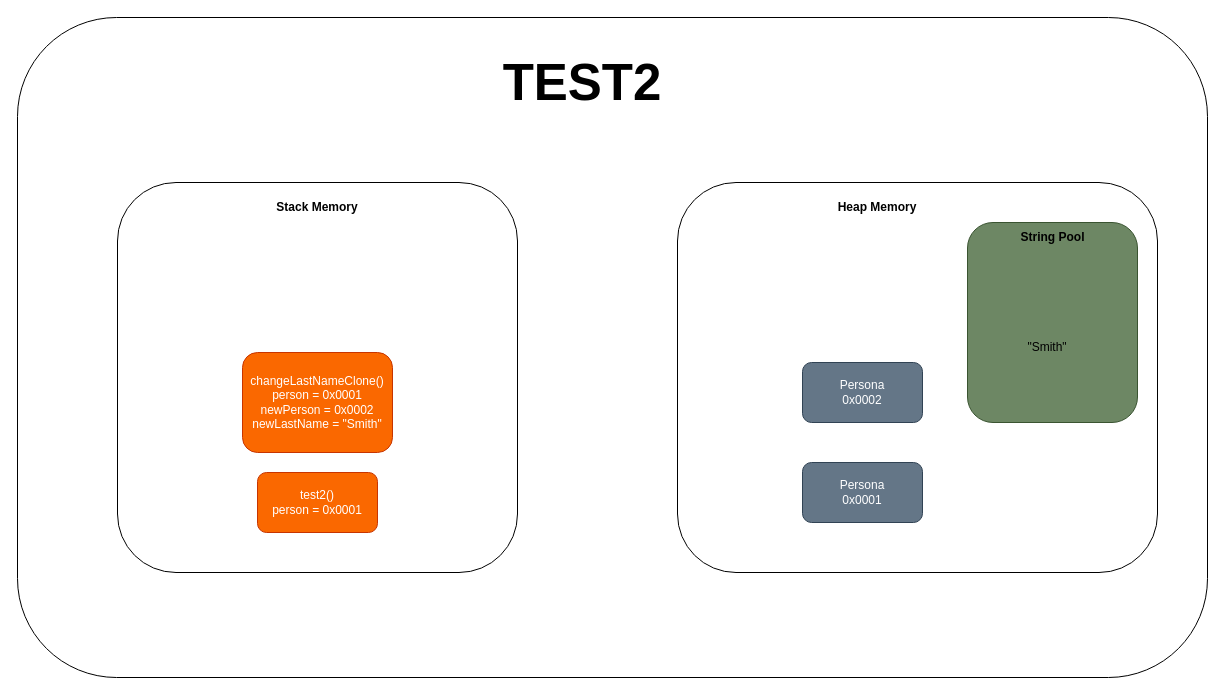
aadoac/Parameter-passing-java keeps this draw.io diagram as page "test2" (2 of 2) of docs/ParameterPassing.drawio. Above is the earlier version. Source tidied: cells renumbered, new cells numbered last; positions are measured from the earlier drawing's top-left corner, leaving out a move shared by most shapes. Both pictures are drawn from the tidied source at 100%, with x=0, y=0 at pixel (17, 17).
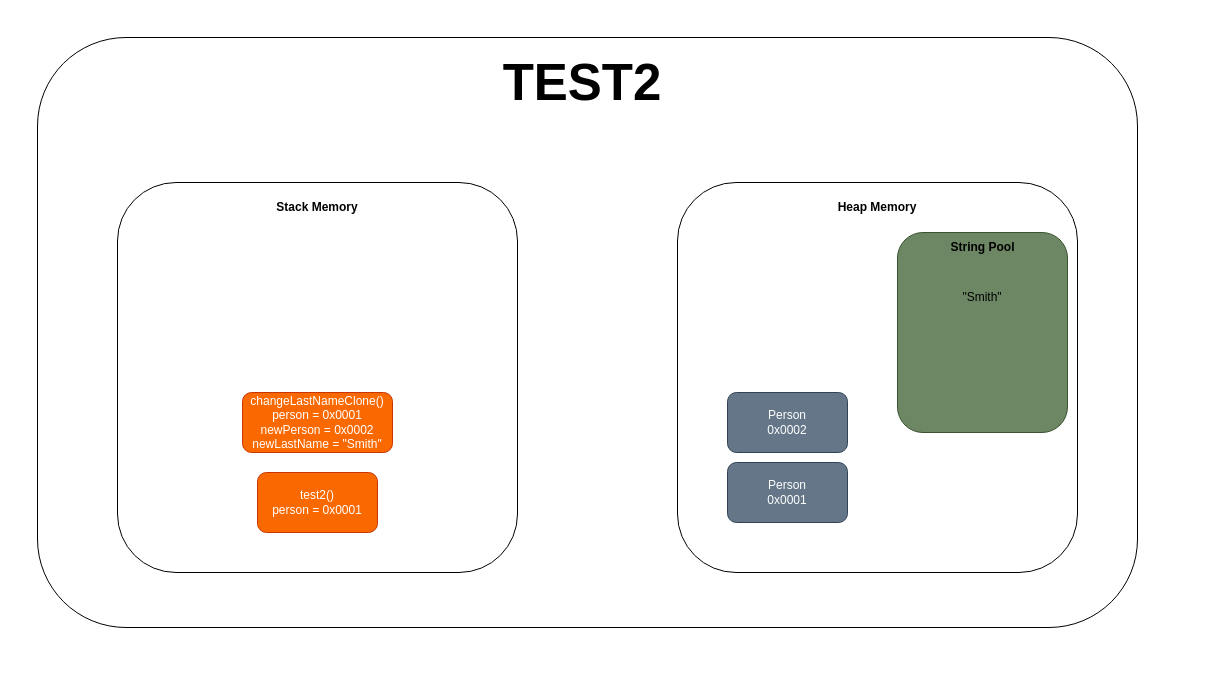
The same diagram, later.

The edit, as a diff of the source:
```diff
@@
 <mxGraphModel>
   <root>
     <mxCell id="0" />
     <mxCell id="1" parent="0" />
     <mxCell id="2" style="rounded=1;whiteSpace=wrap;html=1;" parent="1" vertex="1">
-      <mxGeometry width="1190" height="660" as="geometry" />
+      <mxGeometry x="20" y="20" width="1100" height="590" as="geometry" />
     </mxCell>
     <mxCell id="3" style="rounded=1;whiteSpace=wrap;html=1;" parent="1" vertex="1">
       <mxGeometry x="100" y="165" width="400" height="390" as="geometry" />
     </mxCell>
     <mxCell id="4" style="rounded=1;whiteSpace=wrap;html=1;" parent="1" vertex="1">
-      <mxGeometry x="660" y="165" width="480" height="390" as="geometry" />
+      <mxGeometry x="660" y="165" width="400" height="390" as="geometry" />
     </mxCell>
     <mxCell id="5" value="Stack Memory" style="text;html=1;align=center;verticalAlign=middle;whiteSpace=wrap;rounded=0;fontStyle=1;" parent="1" vertex="1">
       <mxGeometry x="255" y="175" width="90" height="30" as="geometry" />
     </mxCell>
     <mxCell id="6" value="Heap Memory" style="text;html=1;align=center;verticalAlign=middle;whiteSpace=wrap;rounded=0;fontStyle=1;" parent="1" vertex="1">
       <mxGeometry x="815" y="175" width="90" height="30" as="geometry" />
     </mxCell>
     <mxCell id="7" value="test2()&lt;div&gt;person = 0x0001&lt;/div&gt;" style="rounded=1;whiteSpace=wrap;html=1;fillColor=#fa6800;strokeColor=#C73500;fontColor=#FFFFFF;" parent="1" vertex="1">
       <mxGeometry x="240" y="455" width="120" height="60" as="geometry" />
     </mxCell>
-    <mxCell id="8" value="Persona&lt;div&gt;0x0001&lt;/div&gt;" style="rounded=1;whiteSpace=wrap;html=1;fillColor=#647687;strokeColor=#314354;fontColor=#ffffff;" parent="1" vertex="1">
-      <mxGeometry x="785" y="445" width="120" height="60" as="geometry" />
+    <mxCell id="8" value="Person&lt;div&gt;0x0001&lt;/div&gt;" style="rounded=1;whiteSpace=wrap;html=1;fillColor=#647687;strokeColor=#314354;fontColor=#ffffff;" parent="1" vertex="1">
+      <mxGeometry x="710" y="445" width="120" height="60" as="geometry" />
     </mxCell>
     <mxCell id="9" value="changeLastNameClone()&lt;br&gt;&lt;div&gt;person = 0x0001&lt;/div&gt;&lt;div&gt;newPerson = 0x0002&lt;/div&gt;&lt;div&gt;newLastName = &quot;Smith&quot;&lt;/div&gt;" style="rounded=1;whiteSpace=wrap;html=1;fillColor=#fa6800;strokeColor=#C73500;fontColor=#FFFFFF;" parent="1" vertex="1">
-      <mxGeometry x="225" y="335" width="150" height="100" as="geometry" />
+      <mxGeometry x="225" y="375" width="150" height="60" as="geometry" />
     </mxCell>
     <mxCell id="10" value="TEST2" style="text;html=1;strokeColor=none;fillColor=none;align=center;verticalAlign=middle;whiteSpace=wrap;rounded=0;fontSize=51;fontStyle=1;" parent="1" vertex="1">
       <mxGeometry x="345" y="15" width="440" height="100" as="geometry" />
     </mxCell>
-    <mxCell id="11" value="Persona&lt;div&gt;0x0002&lt;/div&gt;" style="rounded=1;whiteSpace=wrap;html=1;fillColor=#647687;strokeColor=#314354;fontColor=#ffffff;" parent="1" vertex="1">
-      <mxGeometry x="785" y="345" width="120" height="60" as="geometry" />
+    <mxCell id="11" value="Person&lt;div&gt;0x0002&lt;/div&gt;" style="rounded=1;whiteSpace=wrap;html=1;fillColor=#647687;strokeColor=#314354;fontColor=#ffffff;" parent="1" vertex="1">
+      <mxGeometry x="710" y="375" width="120" height="60" as="geometry" />
     </mxCell>
     <mxCell id="12" style="rounded=1;whiteSpace=wrap;html=1;fillColor=#6d8764;strokeColor=#3A5431;fontColor=#ffffff;" parent="1" vertex="1">
-      <mxGeometry x="950" y="205" width="170" height="200" as="geometry" />
+      <mxGeometry x="880" y="215" width="170" height="200" as="geometry" />
     </mxCell>
     <mxCell id="13" value="String Pool" style="text;html=1;strokeColor=none;fillColor=none;align=center;verticalAlign=middle;whiteSpace=wrap;rounded=0;fontStyle=1;" parent="1" vertex="1">
-      <mxGeometry x="992.5" y="205" width="85" height="30" as="geometry" />
+      <mxGeometry x="922.5" y="215" width="85" height="30" as="geometry" />
     </mxCell>
     <mxCell id="14" value="&quot;Smith&quot;" style="text;html=1;strokeColor=none;fillColor=none;align=center;verticalAlign=middle;whiteSpace=wrap;rounded=0;" parent="1" vertex="1">
-      <mxGeometry x="1000" y="315" width="60" height="30" as="geometry" />
+      <mxGeometry x="935" y="265" width="60" height="30" as="geometry" />
     </mxCell>
   </root>
 </mxGraphModel>
```
